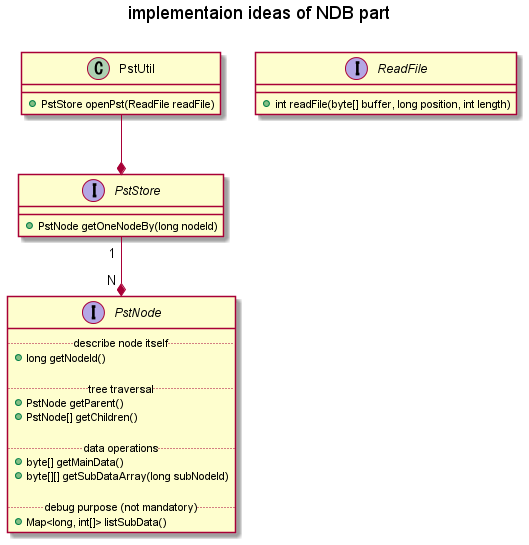
Above: out/plantuml/base/schematic.png in Kris-LIBIS/ruby-msg (PlantUML), before the change.
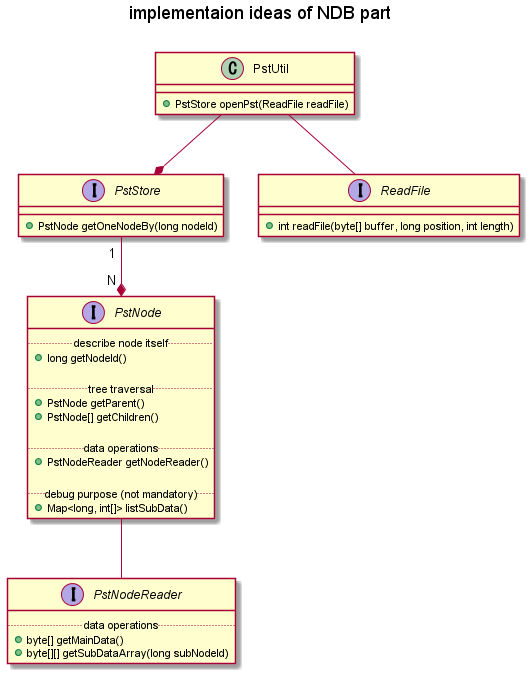
Later version of the same file.

Change to the diagram source:
```diff
@@ -18,15 +18,22 @@
     + PstNode[] getChildren()
 
     .. data operations ..
-    + byte[] getMainData()
-    + byte[][] getSubDataArray(long subNodeId)
+    + PstNodeReader getNodeReader()
 
     .. debug purpose (not mandatory) ..
     + Map<long, int[]> listSubData()
 }
 
+interface PstNodeReader {
+    .. data operations ..
+    + byte[] getMainData()
+    + byte[][] getSubDataArray(long subNodeId)
+}
+
 PstUtil --* PstStore
+PstUtil -- ReadFile
 PstStore " 1 " --* " N " PstNode
+PstNode -- PstNodeReader
 
 interface ReadFile {
     + int readFile(byte[] buffer, long position, int length)
```
